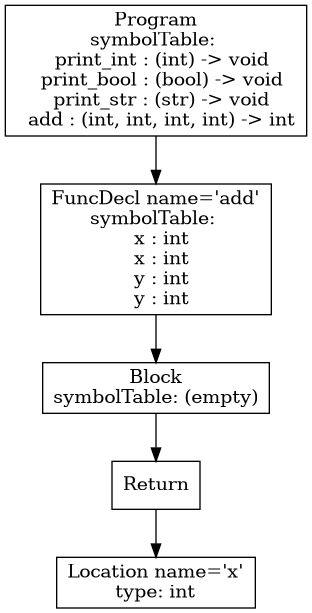
atrim11/CS432 keeps this Graphviz diagram as p3-analysis/tree.png. Above is the earlier version. Its source is kept beside it as p3-analysis/tree.dot.
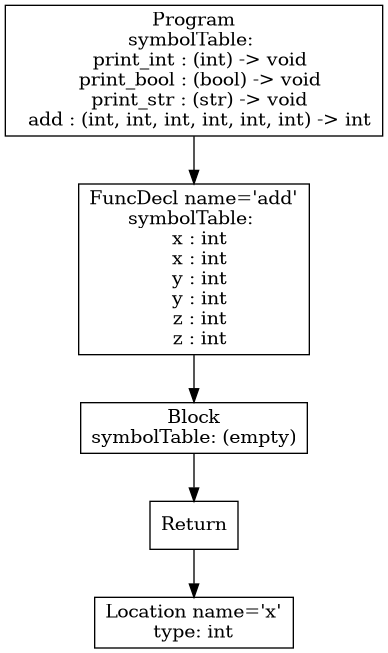
Later version of the same file.

Change to the diagram source:
```diff
@@ -4,8 +4,8 @@
 3 -> 4;
 2 [shape=box, label="Block\nsymbolTable: (empty)"];
 2 -> 3;
-1 [shape=box, label="FuncDecl name='add'\nsymbolTable: \n  x : int\n  x : int\n  y : int\n  y : int"];
+1 [shape=box, label="FuncDecl name='add'\nsymbolTable: \n  x : int\n  x : int\n  y : int\n  y : int\n  z : int\n  z : int"];
 1 -> 2;
-0 [shape=box, label="Program\nsymbolTable: \n  print_int : (int) -> void\n  print_bool : (bool) -> void\n  print_str : (str) -> void\n  add : (int, int, int, int) -> int"];
+0 [shape=box, label="Program\nsymbolTable: \n  print_int : (int) -> void\n  print_bool : (bool) -> void\n  print_str : (str) -> void\n  add : (int, int, int, int, int, int) -> int"];
 0 -> 1;
 }
```
